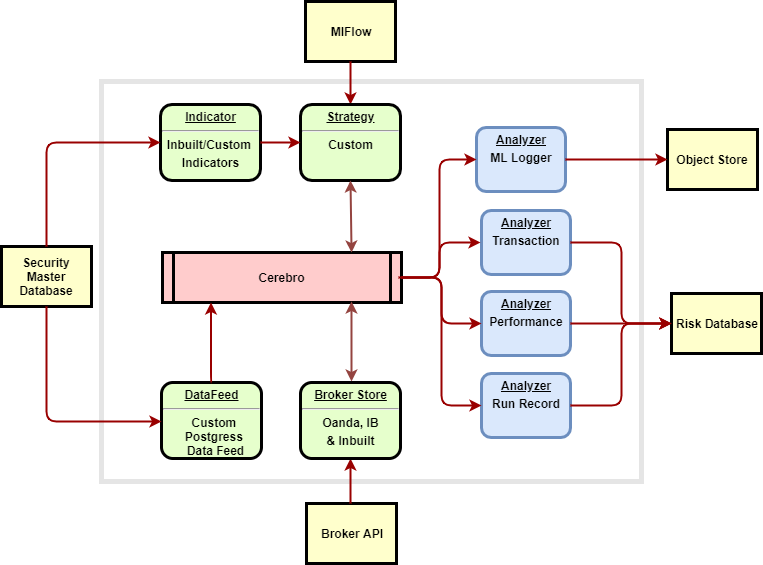
This is public/images/backtrader.png from saeed349/Microservices-Based-Algorithmic-Trading-System, a draw.io export, as it was before one commit. Source tidied: cells renumbered, new cells last; positions are measured from the earlier drawing's top-left corner, leaving out a move shared by most shapes.
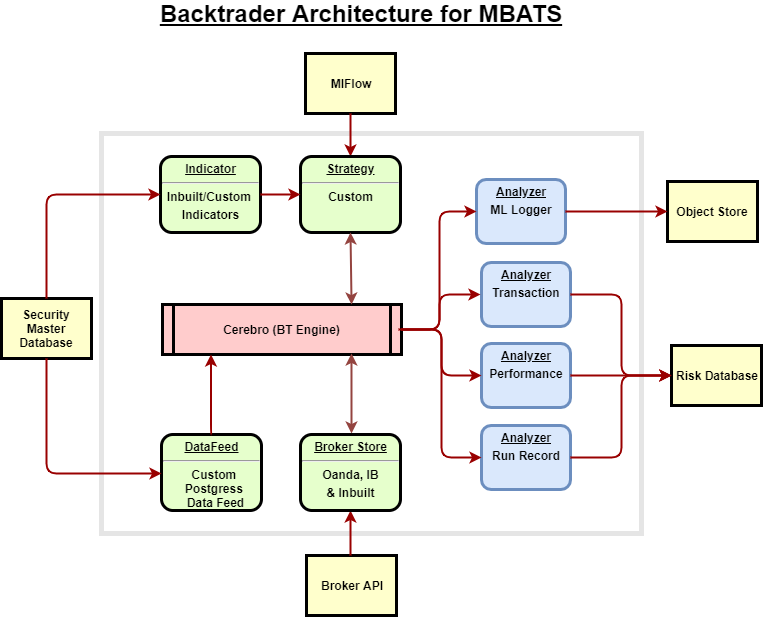
The same diagram one commit later.

Change to the diagram source:
```diff
@@ -5,7 +5,7 @@
     <mxCell id="2" style="rounded=0;whiteSpace=wrap;html=1;gradientColor=none;opacity=10;strokeWidth=5;" parent="1" vertex="1">
       <mxGeometry x="100" y="80" width="540" height="400" as="geometry" />
     </mxCell>
-    <mxCell id="3" value="Cerebro" style="shape=process;whiteSpace=wrap;align=center;verticalAlign=middle;size=0.0475;fontStyle=1;strokeWidth=3;fillColor=#FFCCCC;" parent="1" vertex="1">
+    <mxCell id="3" value="Cerebro (BT Engine)" style="shape=process;whiteSpace=wrap;align=center;verticalAlign=middle;size=0.0475;fontStyle=1;strokeWidth=3;fillColor=#FFCCCC;" parent="1" vertex="1">
       <mxGeometry x="161" y="251" width="239" height="50" as="geometry" />
     </mxCell>
     <mxCell id="4" value="&lt;p style=&quot;margin: 0px ; margin-top: 4px ; text-align: center ; text-decoration: underline&quot;&gt;DataFeed&lt;/p&gt;&lt;hr&gt;&lt;p style=&quot;margin: 0px ; margin-left: 8px&quot;&gt;Custom&amp;nbsp;&lt;/p&gt;&lt;p style=&quot;margin: 0px ; margin-left: 8px&quot;&gt;Postgress&amp;nbsp;&lt;/p&gt;&lt;p style=&quot;margin: 0px ; margin-left: 8px&quot;&gt;Data Feed&lt;/p&gt;" style="verticalAlign=middle;align=center;overflow=fill;fontSize=12;fontFamily=Helvetica;html=1;rounded=1;fontStyle=1;strokeWidth=3;fillColor=#E6FFCC;" parent="1" vertex="1">
@@ -114,5 +114,8 @@
         </Array>
       </mxGeometry>
     </mxCell>
+    <mxCell id="33" value="Backtrader Architecture for MBATS" style="text;html=1;strokeColor=none;fillColor=none;align=center;verticalAlign=middle;whiteSpace=wrap;rounded=0;fontSize=24;fontStyle=5;" parent="1" vertex="1">
+      <mxGeometry x="149" y="-50" width="420" height="20" as="geometry" />
+    </mxCell>
   </root>
 </mxGraphModel>
```
